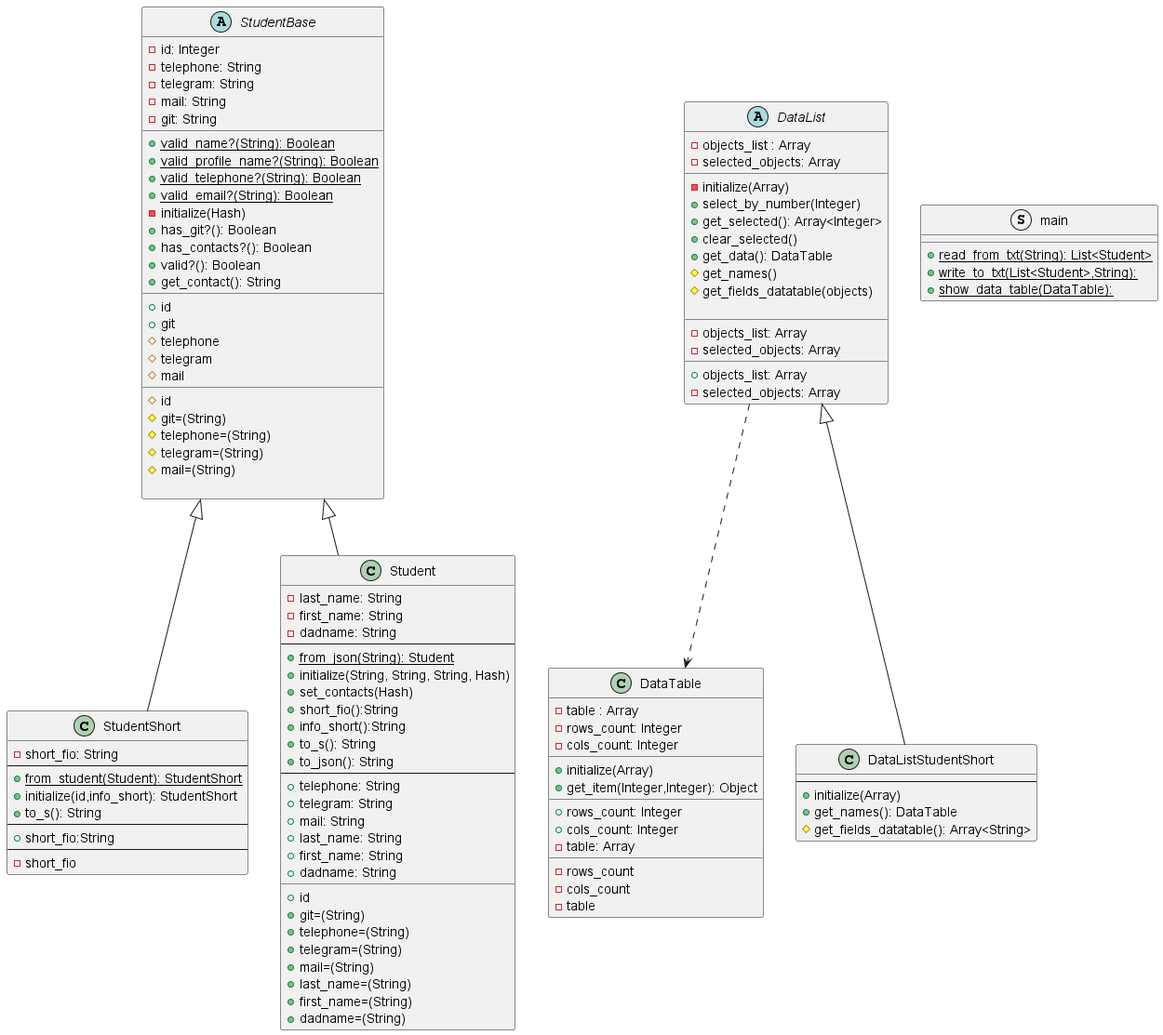
Earlier version of the PlantUML export LR2/diagram/StudentClassDiagram.png (KREEAL/RubyLabs).
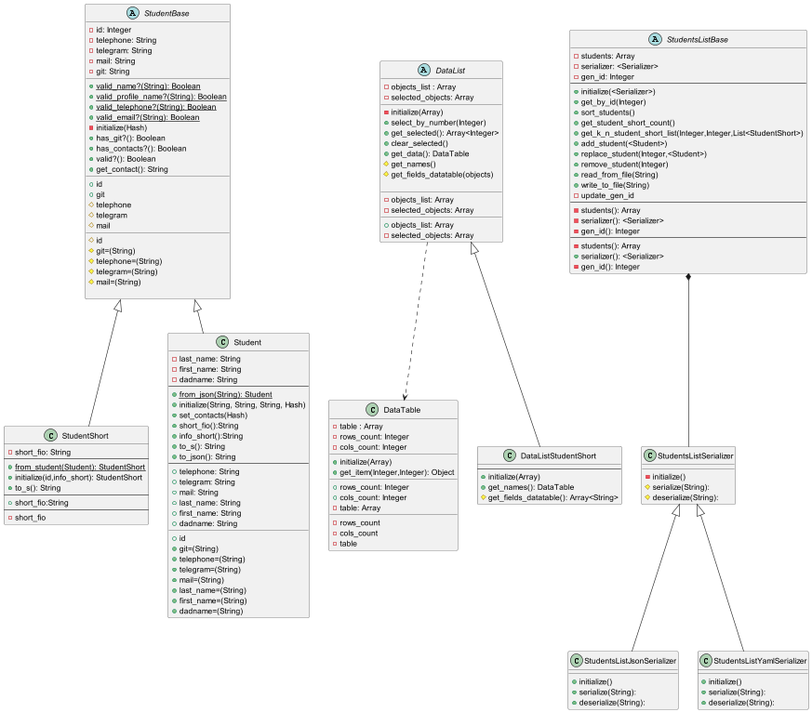
Later version of the same file.

Change to the diagram source:
```diff
@@ -113,14 +113,53 @@
     #get_fields_datatable(): Array<String>
 }
 
+abstract class StudentsListBase{
+    -students: Array
+    -serializer: <Serializer>
+    -gen_id: Integer
+    --
+    +initialize(<Serializer>)
+    +get_by_id(Integer)
+    +sort_students()
+    +get_student_short_count()
+    +get_k_n_student_short_list(Integer,Integer,List<StudentShort>)
+    +add_student(<Student>)
+    +replace_student(Integer,<Student>)
+    +remove_student(Integer)
+    +read_from_file(String)
+    +write_to_file(String)
+    -update_gen_id
+    --
+    -students(): Array
+    -serializer(): <Serializer>
+    -gen_id(): Integer
+    --
+    -students(): Array
+    +serializer(): <Serializer>
+    -gen_id(): Integer
+}
 
-struct main {
-    +{static}read_from_txt(String): List<Student>
-    +{static}write_to_txt(List<Student>,String):
-    +{static}show_data_table(DataTable):
+class StudentsListSerializer{
+    -initialize()
+    #serialize(String):
+    #deserialize(String):
+}
+
+class StudentsListJsonSerializer extends StudentsListSerializer{
+    +initialize()
+    +serialize(String):
+    +deserialize(String):
+}
+
+class StudentsListYamlSerializer extends StudentsListSerializer{
+    +initialize()
+    +serialize(String):
+    +deserialize(String):
 }
 
 
 
+
 DataList ..> DataTable
+StudentsListBase *-- StudentsListSerializer
 @enduml
```
